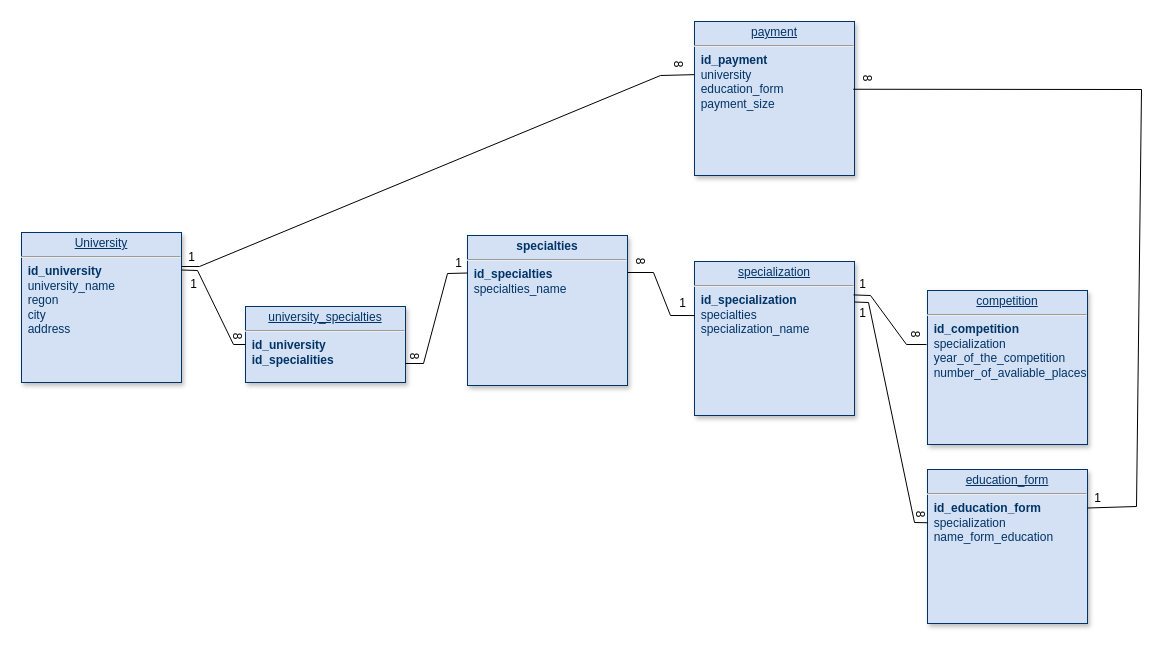
Above: Диаграмма без названия.drawio in VadimKeranov/drawio (draw.io), before the change. Source tidied: cells renumbered, new cells numbered last; positions are measured from the earlier drawing's top-left corner, leaving out a move shared by most shapes. Both pictures are drawn from the tidied source at 100%, with x=0, y=0 at pixel (21, 21).
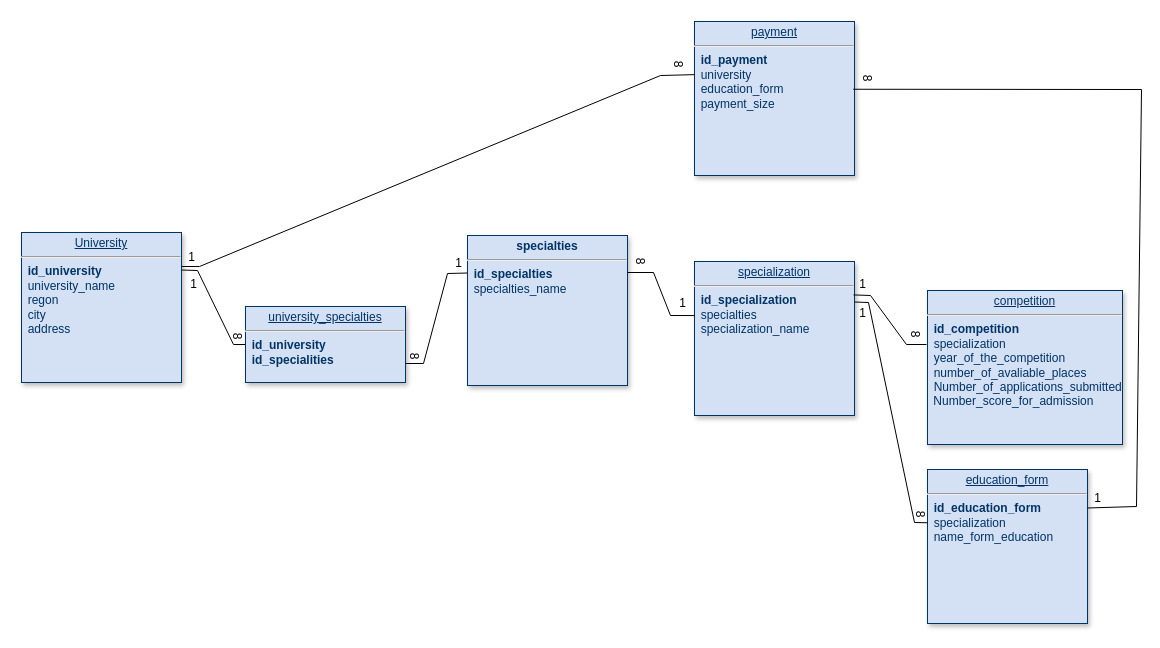
After the change.

The edit, as a diff of the source:
```diff
@@
-    <mxCell id="3" value="&lt;p style=&quot;margin: 0px; margin-top: 4px; text-align: center; text-decoration: underline;&quot;&gt;competition&lt;/p&gt;&lt;hr&gt;&amp;nbsp; &lt;b&gt;id_competition&lt;br&gt;&lt;/b&gt;&amp;nbsp; specialization&lt;br&gt;&amp;nbsp; year_of_the_competition&lt;br&gt;&amp;nbsp; number_of_avaliable_places" style="verticalAlign=top;align=left;overflow=fill;fontSize=12;fontFamily=Helvetica;html=1;strokeColor=#003366;shadow=1;fillColor=#D4E1F5;fontColor=#003366;" parent="1" vertex="1">
-      <mxGeometry x="906" y="269" width="160" height="154" as="geometry" />
+    <mxCell id="3" value="&lt;p style=&quot;margin: 0px; margin-top: 4px; text-align: center; text-decoration: underline;&quot;&gt;competition&lt;/p&gt;&lt;hr&gt;&amp;nbsp; &lt;b&gt;id_competition&lt;br&gt;&lt;/b&gt;&amp;nbsp; specialization&lt;br&gt;&amp;nbsp; year_of_the_competition&lt;br&gt;&amp;nbsp; number_of_avaliable_places&lt;br&gt;&amp;nbsp; Number_of_applications_submitted&lt;br&gt;&amp;nbsp;&lt;font face=&quot;Times New Roman&quot;&gt;&amp;nbsp;&lt;/font&gt;Number_score_for_admission" style="verticalAlign=top;align=left;overflow=fill;fontSize=12;fontFamily=Helvetica;html=1;strokeColor=#003366;shadow=1;fillColor=#D4E1F5;fontColor=#003366;" parent="1" vertex="1">
+      <mxGeometry x="906" y="269" width="195" height="154" as="geometry" />
     </mxCell>
```
